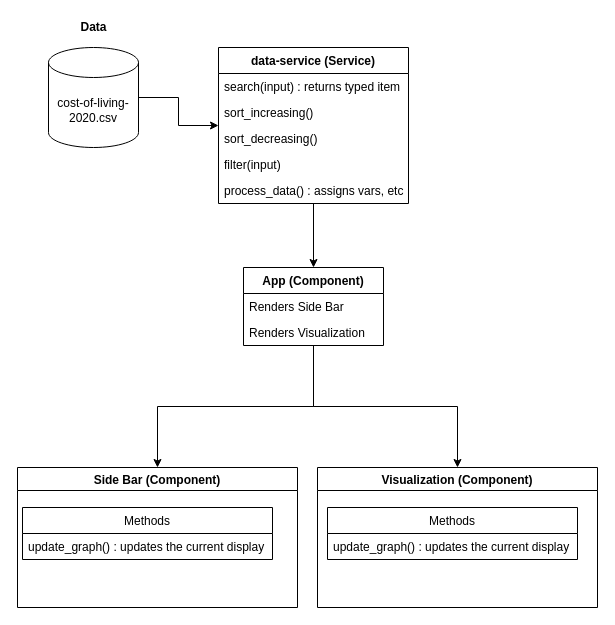
Before: angular-architecture-flowchart.drawio in JoshuaPark823/angular-data-visualization, a draw.io diagram. Source tidied: cells renumbered, new cells numbered last; positions are measured from the earlier drawing's top-left corner, leaving out a move shared by most shapes. Both pictures are drawn from the tidied source at 100%, with x=0, y=0 at pixel (17, 17).
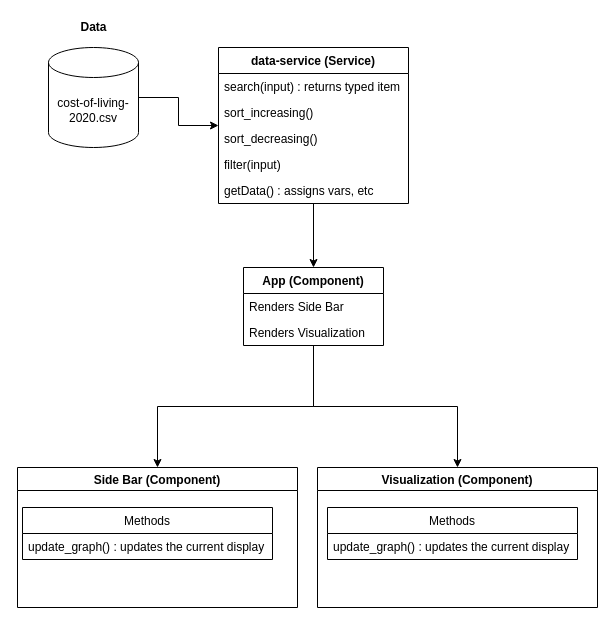
The same page after the edit.

Unchanged cells that the change refers to:
```xml
<mxCell id="3" value="data-service (Service)" style="swimlane;fontStyle=1;horizontal=1;startSize=26;fillColor=none;strokeColor=#000000;" parent="1" vertex="1">
  <mxGeometry x="201" y="30" width="190" height="156" as="geometry" />
</mxCell>
```

Change to the diagram source:
```diff
@@
-    <mxCell id="8" value="process_data() : assigns vars, etc" style="text;strokeColor=none;fillColor=none;align=left;verticalAlign=top;spacingLeft=4;spacingRight=4;overflow=hidden;" parent="3" vertex="1">
+    <mxCell id="8" value="getData() : assigns vars, etc" style="text;strokeColor=none;fillColor=none;align=left;verticalAlign=top;spacingLeft=4;spacingRight=4;overflow=hidden;" parent="3" vertex="1">
       <mxGeometry y="130" width="190" height="26" as="geometry" />
     </mxCell>
```
